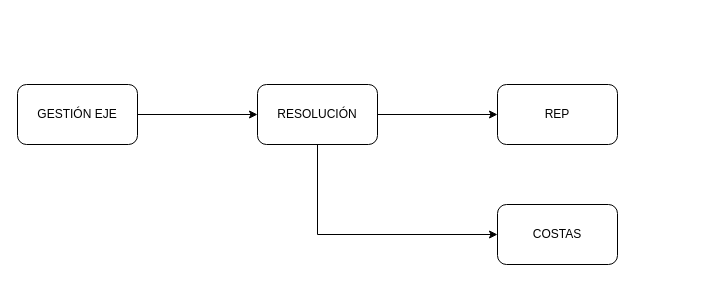
rlop666/diagramas keeps this draw.io diagram as page "EJE" (3 of 3) of mierdas.drawio. Above is the earlier version. Source tidied: cells renumbered, new cells numbered last; positions are measured from the earlier drawing's top-left corner, leaving out a move shared by most shapes. Both pictures are drawn from the tidied source at 100%, with x=0, y=0 at pixel (17, 84).
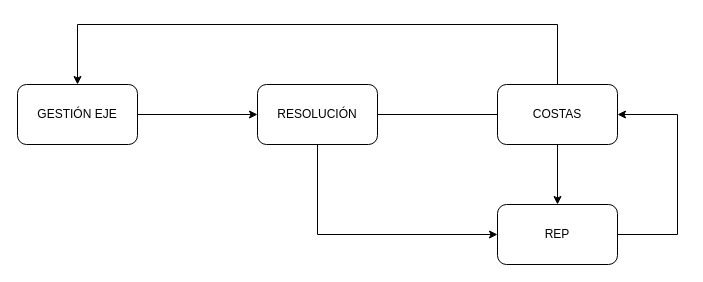
The same page after the edit.

What changed in the source:
```diff
@@
 <mxGraphModel>
   <root>
     <mxCell id="0" />
     <mxCell id="1" parent="0" />
     <mxCell id="2" style="edgeStyle=orthogonalEdgeStyle;rounded=0;jettySize=auto;html=1;" parent="1" edge="1" source="3" target="6">
       <mxGeometry relative="1" as="geometry" />
     </mxCell>
     <mxCell id="3" value="GESTIÓN EJE" style="rounded=1;whiteSpace=wrap;html=1;" parent="1" vertex="1">
       <mxGeometry width="120" height="60" as="geometry" />
     </mxCell>
     <mxCell id="4" style="edgeStyle=orthogonalEdgeStyle;rounded=0;jettySize=auto;html=1;" parent="1" edge="1" source="6" target="7">
       <mxGeometry relative="1" as="geometry" />
     </mxCell>
-    <mxCell id="5" style="edgeStyle=orthogonalEdgeStyle;rounded=0;jettySize=auto;html=1;" parent="1" edge="1" source="6" target="8">
+    <mxCell id="5" style="edgeStyle=orthogonalEdgeStyle;rounded=0;jettySize=auto;html=1;" parent="1" edge="1" source="6" target="7">
       <mxGeometry relative="1" as="geometry">
         <Array as="points">
           <mxPoint x="300" y="150" />
         </Array>
       </mxGeometry>
     </mxCell>
     <mxCell id="6" value="RESOLUCIÓN" style="rounded=1;whiteSpace=wrap;html=1;" parent="1" vertex="1">
       <mxGeometry x="240" width="120" height="60" as="geometry" />
     </mxCell>
+    <mxCell id="9" style="edgeStyle=orthogonalEdgeStyle;rounded=0;jettySize=auto;html=1;" parent="1" edge="1" source="7" target="8">
+      <mxGeometry relative="1" as="geometry">
+        <Array as="points">
+          <mxPoint x="660" y="150" />
+          <mxPoint x="660" y="30" />
+        </Array>
+      </mxGeometry>
+    </mxCell>
     <mxCell id="7" value="REP" style="rounded=1;whiteSpace=wrap;html=1;" parent="1" vertex="1">
-      <mxGeometry x="480" width="120" height="60" as="geometry" />
+      <mxGeometry x="480" y="120" width="120" height="60" as="geometry" />
     </mxCell>
+    <mxCell id="10" style="edgeStyle=orthogonalEdgeStyle;rounded=0;jettySize=auto;html=1;" parent="1" edge="1" source="8" target="3">
+      <mxGeometry relative="1" as="geometry">
+        <Array as="points">
+          <mxPoint x="540" y="-60" />
+          <mxPoint x="60" y="-60" />
+        </Array>
+      </mxGeometry>
+    </mxCell>
     <mxCell id="8" value="COSTAS" style="rounded=1;whiteSpace=wrap;html=1;" parent="1" vertex="1">
-      <mxGeometry x="480" y="120" width="120" height="60" as="geometry" />
+      <mxGeometry x="480" width="120" height="60" as="geometry" />
     </mxCell>
   </root>
 </mxGraphModel>
```
